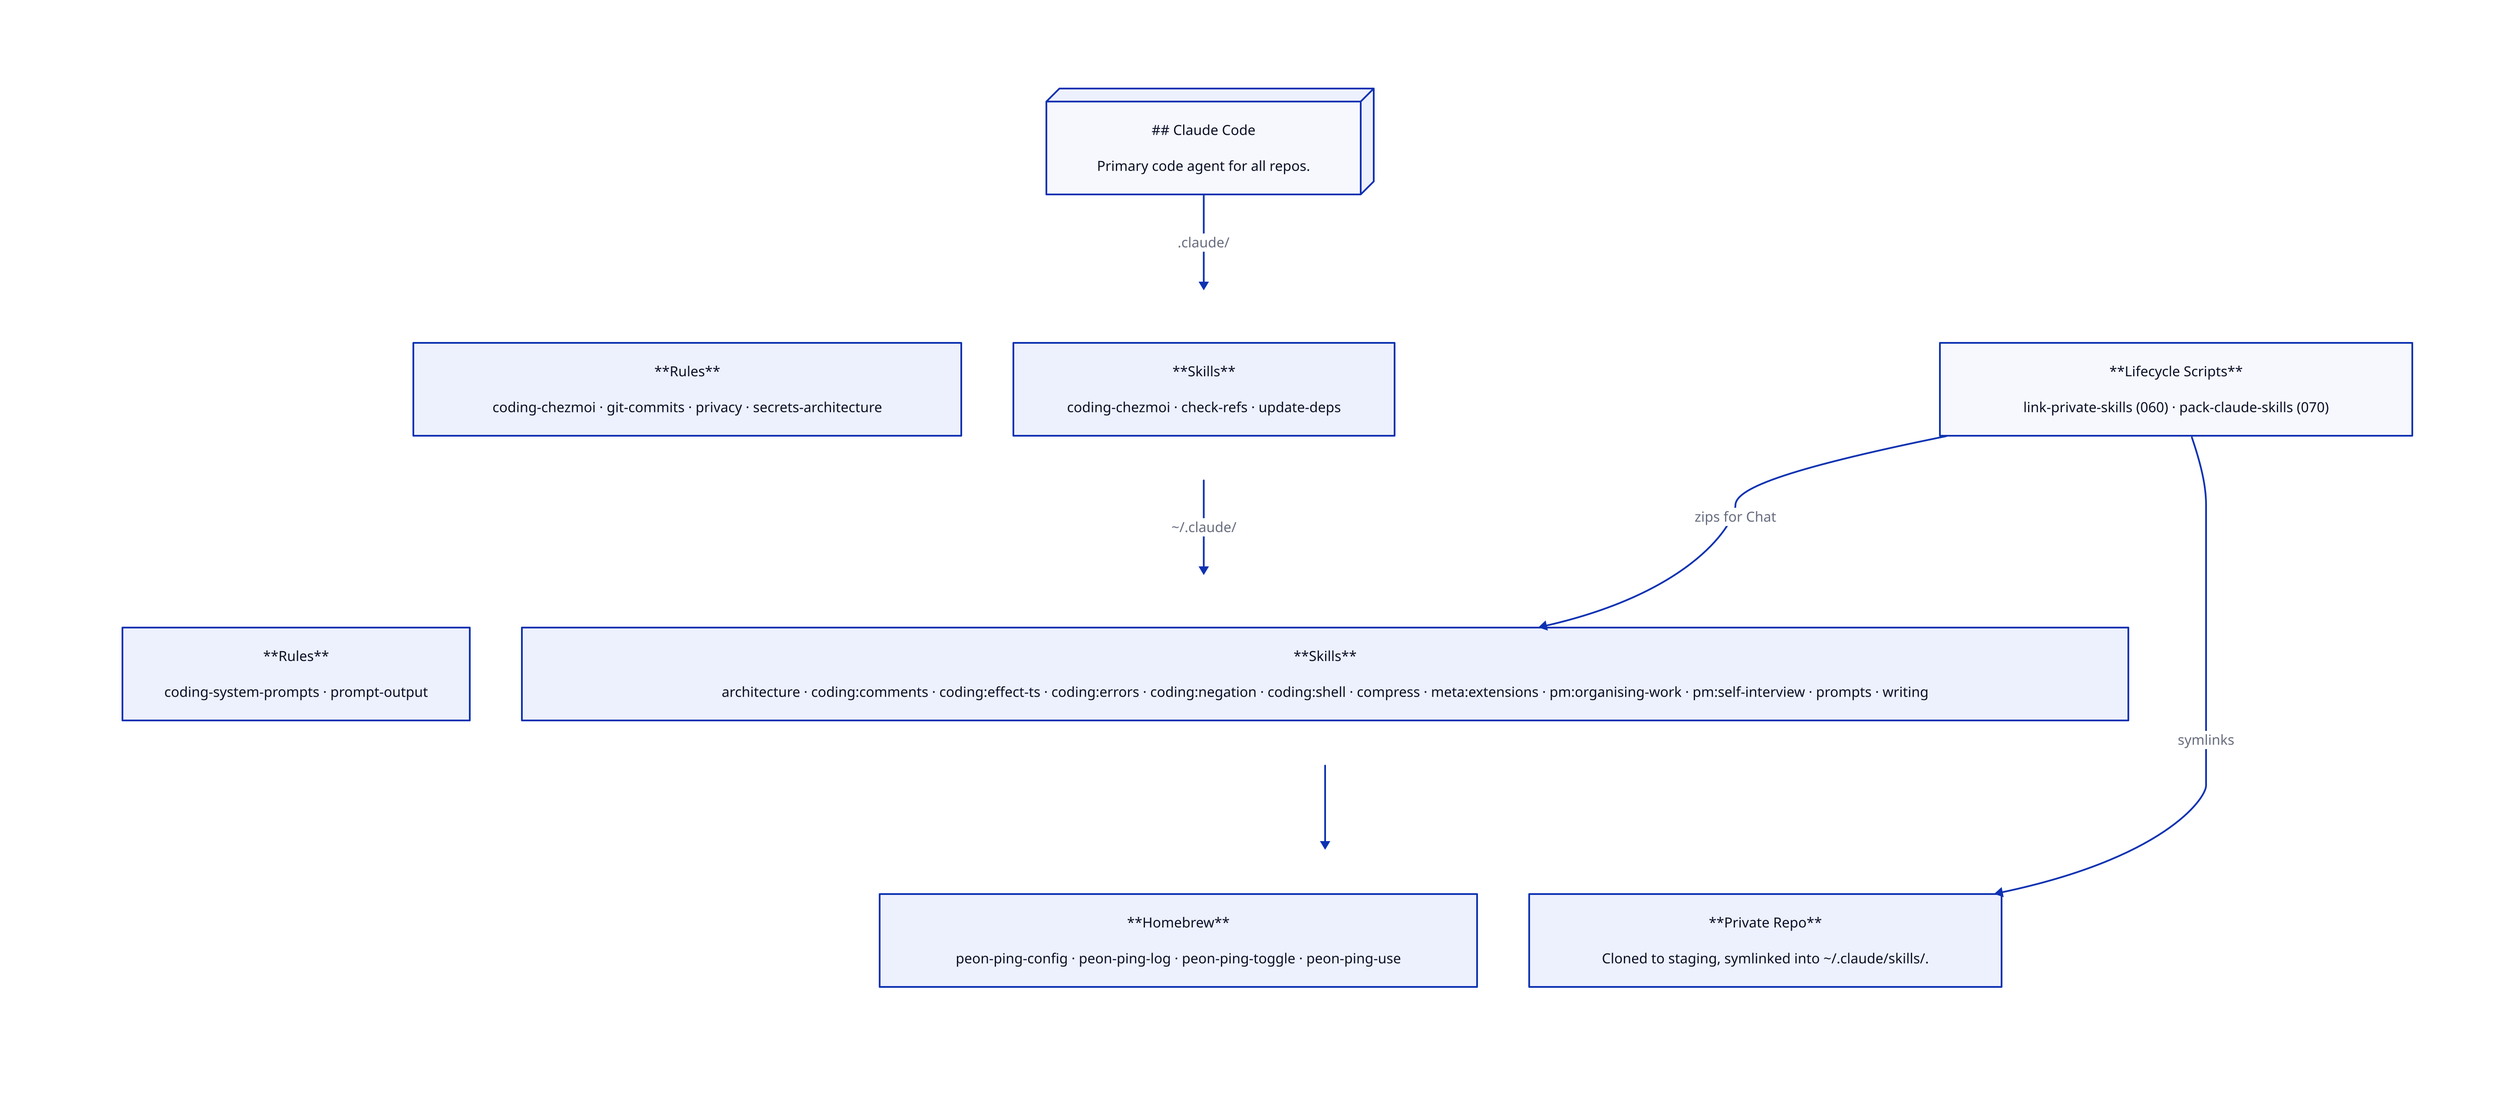
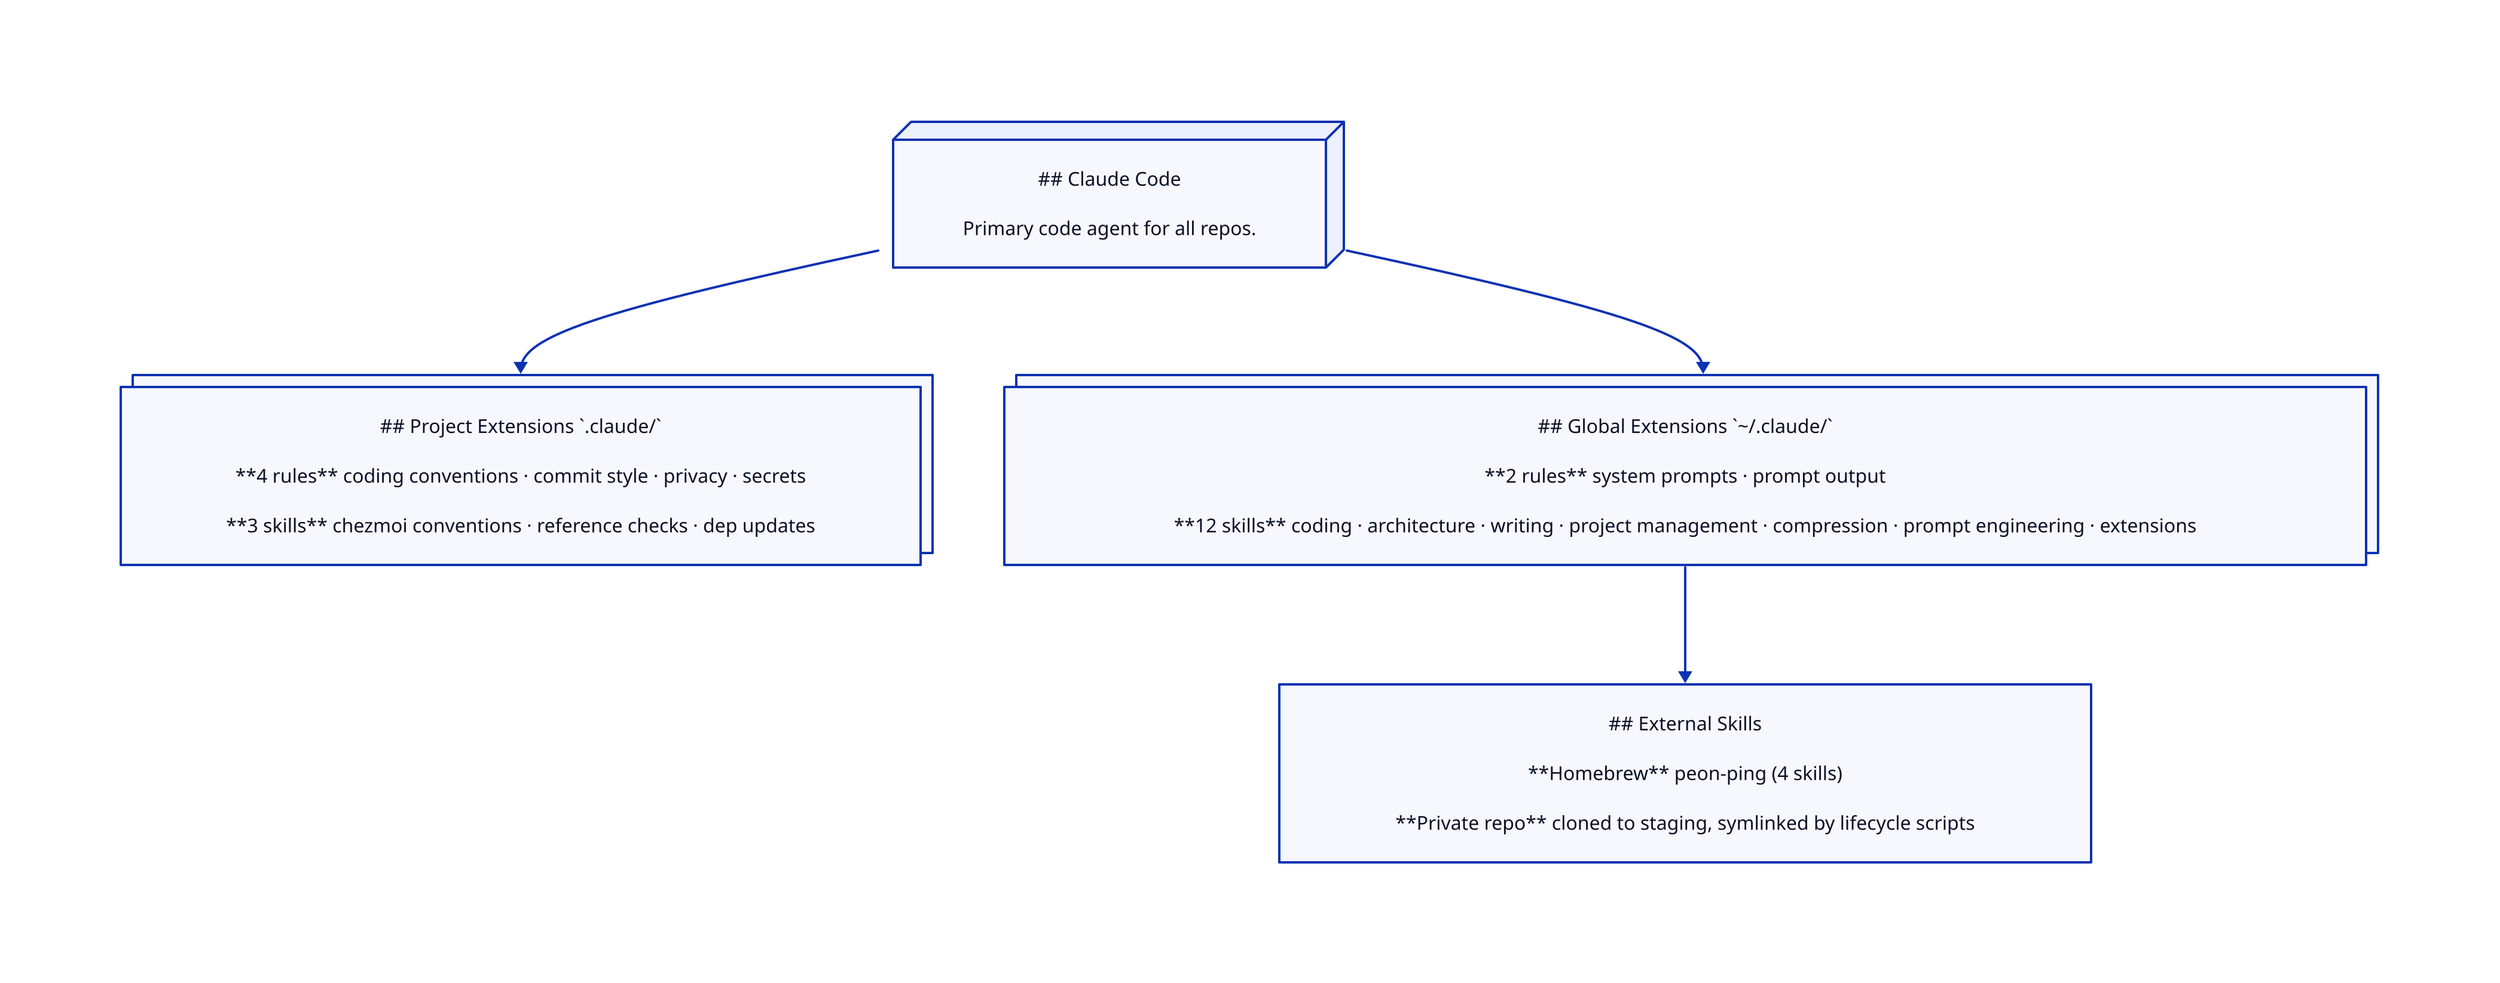
direction: down

claude-code.shape: rectangle
claude-code.style.3d: true
claude-code: |md
  ## Claude Code

  Primary code agent for all repos.
|

- project: {
-   label: |md
-     ## Project Extensions
+ project.shape: rectangle
+ project.style.multiple: true
+ project: |md
+   ## Project Extensions `.claude/`

-     Per-repo rules and skills in `.claude/`.
-   |
-   style.multiple: true
+   **4 rules** coding conventions · commit style · privacy · secrets

-   rules.shape: rectangle
-   rules: |md
-     **Rules**
- 
-     coding-chezmoi · git-commits · privacy · secrets-architecture
-   |
- 
-   skills.shape: rectangle
-   skills: |md
-     **Skills**
- 
-     coding-chezmoi · check-refs · update-deps
-   |
- }
- 
- global: {
-   label: |md
-     ## Global Extensions
- 
-     Personal rules and skills via `~/.claude/`.
-   |
-   style.multiple: true
- 
-   rules.shape: rectangle
-   rules: |md
-     **Rules**
- 
-     coding-system-prompts · prompt-output
-   |
- 
-   skills.shape: rectangle
-   skills: |md
-     **Skills**
- 
-     architecture · coding:comments · coding:effect-ts · coding:errors · coding:negation · coding:shell · compress · meta:extensions · pm:organising-work · pm:self-interview · prompts · writing
-   |
- }
- 
- external: {
-   label: |md
-     ## External Skills
- 
-     Installed via Homebrew or cloned from a private repo.
-   |
- 
-   brew.shape: rectangle
-   brew: |md
-     **Homebrew**
- 
-     peon-ping-config · peon-ping-log · peon-ping-toggle · peon-ping-use
-   |
- 
-   private.shape: rectangle
-   private: |md
-     **Private Repo**
- 
-     Cloned to staging, symlinked into ~/.claude/skills/.
-   |
- }
- 
- claude-code -> project: .claude/
- project -> global: ~/.claude/
- global -> external
- 
- lifecycle.shape: rectangle
- lifecycle: |md
-   **Lifecycle Scripts**
- 
-   link-private-skills (060) · pack-claude-skills (070)
+   **3 skills** chezmoi conventions · reference checks · dep updates
|

- lifecycle -> external.private: symlinks
- lifecycle -> global.skills: zips for Chat
+ global.shape: rectangle
+ global.style.multiple: true
+ global: |md
+   ## Global Extensions `~/.claude/`
+ 
+   **2 rules** system prompts · prompt output
+ 
+   **12 skills** coding · architecture · writing · project management · compression · prompt engineering · extensions
+ |
+ 
+ external.shape: rectangle
+ external: |md
+   ## External Skills
+ 
+   **Homebrew** peon-ping (4 skills)
+ 
+   **Private repo** cloned to staging, symlinked by lifecycle scripts
+ |
+ 
+ claude-code -> project
+ claude-code -> global
+ global -> external
